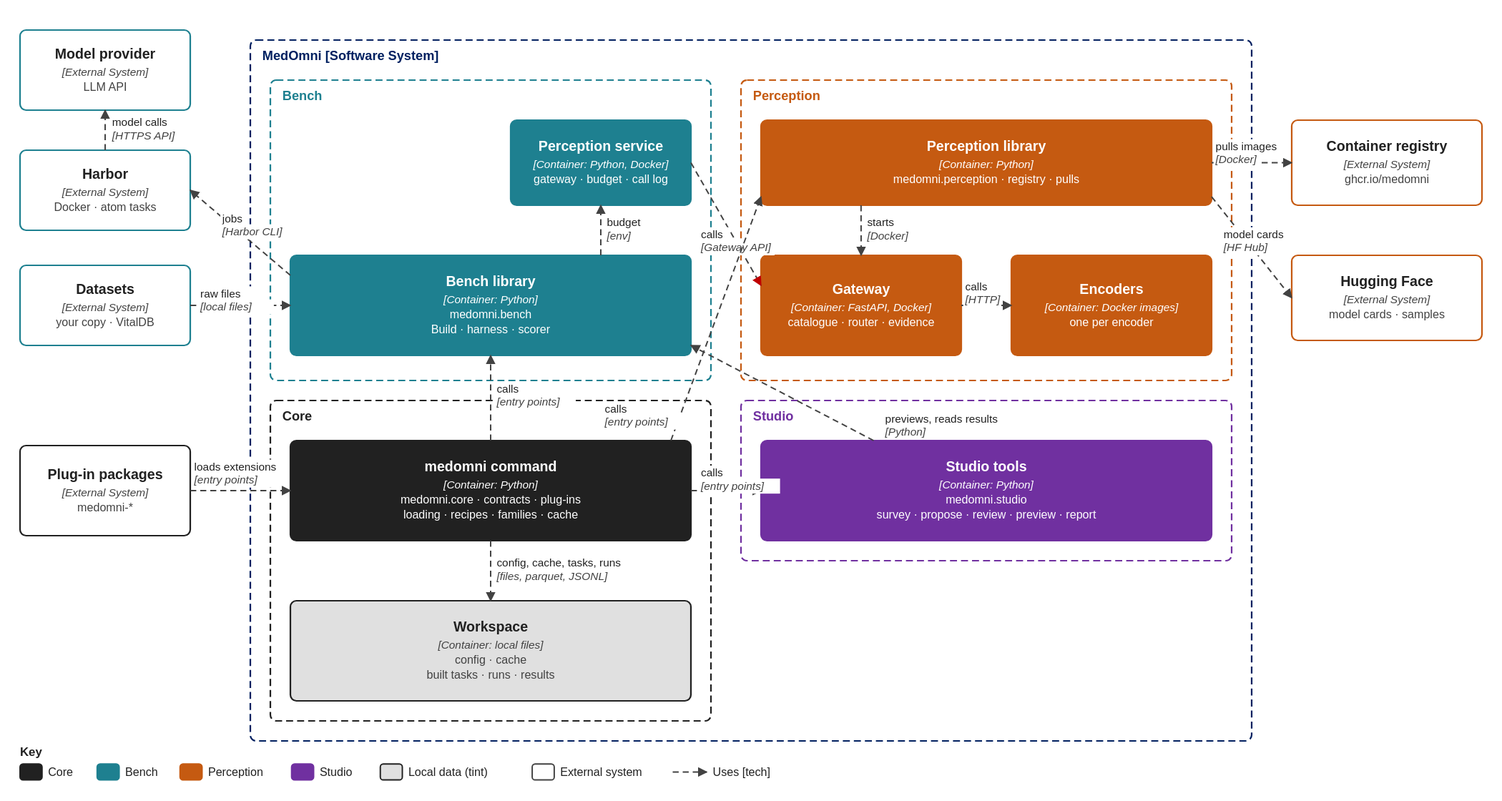
Earlier version of the draw.io export docs/assets/c2-containers.drawio.svg (medomni/MedOmni). Source tidied: cells renumbered, new cells last; positions are measured from the earlier drawing's top-left corner, leaving out a move shared by most shapes.
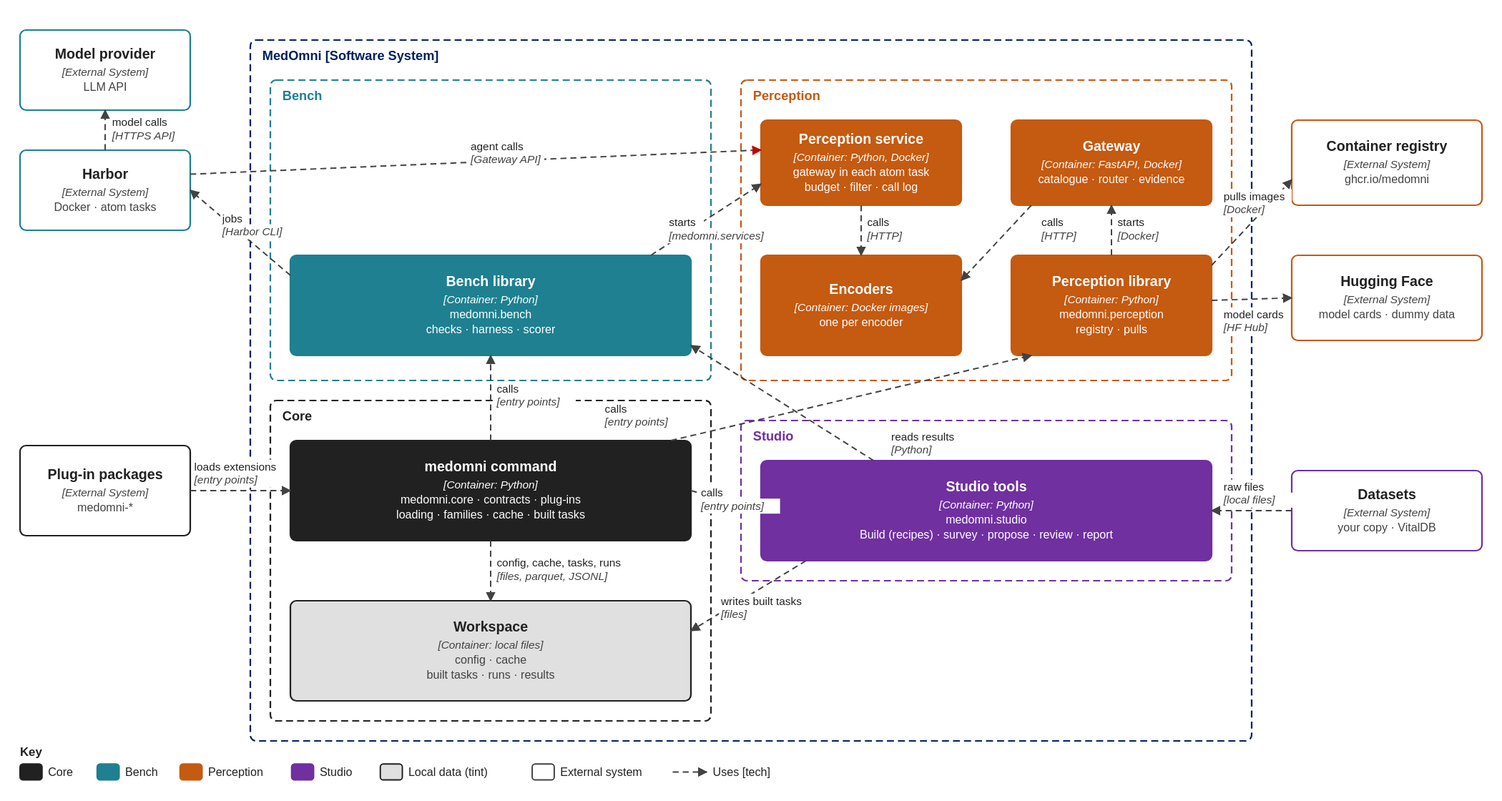
After the change.

The edit, as a diff of the source:
```diff
@@ -17,3 +17,3 @@
     <mxCell id="6" value="&lt;b&gt;Studio&lt;/b&gt;" style="rounded=1;arcSize=2;whiteSpace=wrap;html=1;fillColor=none;strokeColor=#7030A0;strokeWidth=1.6;dashed=1;dashPattern=7 4;verticalAlign=top;align=left;spacingLeft=10;fontColor=#7030A0;fontSize=13;fontFamily=Helvetica, Arial, sans-serif;" parent="1" vertex="1">
-      <mxGeometry x="720" y="370" width="490" height="160" as="geometry" />
+      <mxGeometry x="720" y="390" width="490" height="160" as="geometry" />
     </mxCell>
@@ -25,4 +25,4 @@
     </mxCell>
-    <mxCell id="9" value="&lt;b style='font-size:14px'&gt;Datasets&lt;/b&gt;&lt;br&gt;&lt;i style='font-size:11px'&gt;[External System]&lt;/i&gt;&lt;br&gt;your copy · VitalDB" style="rounded=1;arcSize=6;whiteSpace=wrap;html=1;fillColor=#FFFFFF;strokeColor=#1E8090;strokeWidth=1.6;fontColor=#212121;fontSize=11.5;fontFamily=Helvetica, Arial, sans-serif;" parent="1" vertex="1">
-      <mxGeometry y="235" width="170" height="80" as="geometry" />
+    <mxCell id="9" value="&lt;b style='font-size:14px'&gt;Datasets&lt;/b&gt;&lt;br&gt;&lt;i style='font-size:11px'&gt;[External System]&lt;/i&gt;&lt;br&gt;your copy · VitalDB" style="rounded=1;arcSize=6;whiteSpace=wrap;html=1;fillColor=#FFFFFF;strokeColor=#7030A0;strokeWidth=1.6;fontColor=#212121;fontSize=11.5;fontFamily=Helvetica, Arial, sans-serif;" parent="1" vertex="1">
+      <mxGeometry x="1270" y="440" width="190" height="80" as="geometry" />
     </mxCell>
@@ -31,18 +31,18 @@
     </mxCell>
+    <mxCell id="12" value="&lt;b style='font-size:14px'&gt;Bench library&lt;/b&gt;&lt;br&gt;&lt;i style='font-size:11px'&gt;[Container: Python]&lt;/i&gt;&lt;br&gt;medomni.bench&lt;br&gt;checks · harness · scorer" style="rounded=1;arcSize=6;whiteSpace=wrap;html=1;fillColor=#1E8090;strokeColor=#1E8090;strokeWidth=1.6;fontColor=#FFFFFF;fontSize=11.5;fontFamily=Helvetica, Arial, sans-serif;" parent="1" vertex="1">
+      <mxGeometry x="270" y="225" width="400" height="100" as="geometry" />
+    </mxCell>
-    <mxCell id="11" value="&lt;b style='font-size:14px'&gt;Perception service&lt;/b&gt;&lt;br&gt;&lt;i style='font-size:11px'&gt;[Container: Python, Docker]&lt;/i&gt;&lt;br&gt;gateway · budget · call log" style="rounded=1;arcSize=6;whiteSpace=wrap;html=1;fillColor=#1E8090;strokeColor=#1E8090;strokeWidth=1.6;fontColor=#FFFFFF;fontSize=11.5;fontFamily=Helvetica, Arial, sans-serif;" parent="1" vertex="1">
-      <mxGeometry x="490" y="90" width="180" height="85" as="geometry" />
+    <mxCell id="11" value="&lt;b style='font-size:14px'&gt;Perception service&lt;/b&gt;&lt;br&gt;&lt;i style='font-size:11px'&gt;[Container: Python, Docker]&lt;/i&gt;&lt;br&gt;gateway in each atom task&lt;br&gt;budget · filter · call log" style="rounded=1;arcSize=6;whiteSpace=wrap;html=1;fillColor=#C55A11;strokeColor=#C55A11;strokeWidth=1.6;fontColor=#FFFFFF;fontSize=11.5;fontFamily=Helvetica, Arial, sans-serif;" parent="1" vertex="1">
+      <mxGeometry x="740" y="90" width="200" height="85" as="geometry" />
     </mxCell>
-    <mxCell id="12" value="&lt;b style='font-size:14px'&gt;Bench library&lt;/b&gt;&lt;br&gt;&lt;i style='font-size:11px'&gt;[Container: Python]&lt;/i&gt;&lt;br&gt;medomni.bench&lt;br&gt;Build · harness · scorer" style="rounded=1;arcSize=6;whiteSpace=wrap;html=1;fillColor=#1E8090;strokeColor=#1E8090;strokeWidth=1.6;fontColor=#FFFFFF;fontSize=11.5;fontFamily=Helvetica, Arial, sans-serif;" parent="1" vertex="1">
-      <mxGeometry x="270" y="225" width="400" height="100" as="geometry" />
-    </mxCell>
-    <mxCell id="13" value="&lt;b style='font-size:14px'&gt;Perception library&lt;/b&gt;&lt;br&gt;&lt;i style='font-size:11px'&gt;[Container: Python]&lt;/i&gt;&lt;br&gt;medomni.perception · registry · pulls" style="rounded=1;arcSize=6;whiteSpace=wrap;html=1;fillColor=#C55A11;strokeColor=#C55A11;strokeWidth=1.6;fontColor=#FFFFFF;fontSize=11.5;fontFamily=Helvetica, Arial, sans-serif;" parent="1" vertex="1">
-      <mxGeometry x="740" y="90" width="450" height="85" as="geometry" />
+    <mxCell id="13" value="&lt;b style='font-size:14px'&gt;Perception library&lt;/b&gt;&lt;br&gt;&lt;i style='font-size:11px'&gt;[Container: Python]&lt;/i&gt;&lt;br&gt;medomni.perception&lt;br&gt;registry · pulls" style="rounded=1;arcSize=6;whiteSpace=wrap;html=1;fillColor=#C55A11;strokeColor=#C55A11;strokeWidth=1.6;fontColor=#FFFFFF;fontSize=11.5;fontFamily=Helvetica, Arial, sans-serif;" parent="1" vertex="1">
+      <mxGeometry x="990" y="225" width="200" height="100" as="geometry" />
     </mxCell>
+    <mxCell id="15" value="&lt;b style='font-size:14px'&gt;Encoders&lt;/b&gt;&lt;br&gt;&lt;i style='font-size:11px'&gt;[Container: Docker images]&lt;/i&gt;&lt;br&gt;one per encoder" style="rounded=1;arcSize=6;whiteSpace=wrap;html=1;fillColor=#C55A11;strokeColor=#C55A11;strokeWidth=1.6;fontColor=#FFFFFF;fontSize=11.5;fontFamily=Helvetica, Arial, sans-serif;" parent="1" vertex="1">
+      <mxGeometry x="740" y="225" width="200" height="100" as="geometry" />
+    </mxCell>
     <mxCell id="14" value="&lt;b style='font-size:14px'&gt;Gateway&lt;/b&gt;&lt;br&gt;&lt;i style='font-size:11px'&gt;[Container: FastAPI, Docker]&lt;/i&gt;&lt;br&gt;catalogue · router · evidence" style="rounded=1;arcSize=6;whiteSpace=wrap;html=1;fillColor=#C55A11;strokeColor=#C55A11;strokeWidth=1.6;fontColor=#FFFFFF;fontSize=11.5;fontFamily=Helvetica, Arial, sans-serif;" parent="1" vertex="1">
-      <mxGeometry x="740" y="225" width="200" height="100" as="geometry" />
+      <mxGeometry x="990" y="90" width="200" height="85" as="geometry" />
     </mxCell>
-    <mxCell id="15" value="&lt;b style='font-size:14px'&gt;Encoders&lt;/b&gt;&lt;br&gt;&lt;i style='font-size:11px'&gt;[Container: Docker images]&lt;/i&gt;&lt;br&gt;one per encoder" style="rounded=1;arcSize=6;whiteSpace=wrap;html=1;fillColor=#C55A11;strokeColor=#C55A11;strokeWidth=1.6;fontColor=#FFFFFF;fontSize=11.5;fontFamily=Helvetica, Arial, sans-serif;" parent="1" vertex="1">
-      <mxGeometry x="990" y="225" width="200" height="100" as="geometry" />
-    </mxCell>
-    <mxCell id="16" value="&lt;b style='font-size:14px'&gt;medomni command&lt;/b&gt;&lt;br&gt;&lt;i style='font-size:11px'&gt;[Container: Python]&lt;/i&gt;&lt;br&gt;medomni.core · contracts · plug-ins&lt;br&gt;loading · recipes · families · cache" style="rounded=1;arcSize=6;whiteSpace=wrap;html=1;fillColor=#212121;strokeColor=#212121;strokeWidth=1.6;fontColor=#FFFFFF;fontSize=11.5;fontFamily=Helvetica, Arial, sans-serif;" parent="1" vertex="1">
+    <mxCell id="16" value="&lt;b style='font-size:14px'&gt;medomni command&lt;/b&gt;&lt;br&gt;&lt;i style='font-size:11px'&gt;[Container: Python]&lt;/i&gt;&lt;br&gt;medomni.core · contracts · plug-ins&lt;br&gt;loading · families · cache · built tasks" style="rounded=1;arcSize=6;whiteSpace=wrap;html=1;fillColor=#212121;strokeColor=#212121;strokeWidth=1.6;fontColor=#FFFFFF;fontSize=11.5;fontFamily=Helvetica, Arial, sans-serif;" parent="1" vertex="1">
       <mxGeometry x="270" y="410" width="400" height="100" as="geometry" />
@@ -52,4 +52,4 @@
     </mxCell>
-    <mxCell id="18" value="&lt;b style='font-size:14px'&gt;Studio tools&lt;/b&gt;&lt;br&gt;&lt;i style='font-size:11px'&gt;[Container: Python]&lt;/i&gt;&lt;br&gt;medomni.studio&lt;br&gt;survey · propose · review · preview · report" style="rounded=1;arcSize=6;whiteSpace=wrap;html=1;fillColor=#7030A0;strokeColor=#7030A0;strokeWidth=1.6;fontColor=#FFFFFF;fontSize=11.5;fontFamily=Helvetica, Arial, sans-serif;" parent="1" vertex="1">
-      <mxGeometry x="740" y="410" width="450" height="100" as="geometry" />
+    <mxCell id="18" value="&lt;b style='font-size:14px'&gt;Studio tools&lt;/b&gt;&lt;br&gt;&lt;i style='font-size:11px'&gt;[Container: Python]&lt;/i&gt;&lt;br&gt;medomni.studio&lt;br&gt;Build (recipes) · survey · propose · review · report" style="rounded=1;arcSize=6;whiteSpace=wrap;html=1;fillColor=#7030A0;strokeColor=#7030A0;strokeWidth=1.6;fontColor=#FFFFFF;fontSize=11.5;fontFamily=Helvetica, Arial, sans-serif;" parent="1" vertex="1">
+      <mxGeometry x="740" y="430" width="450" height="100" as="geometry" />
     </mxCell>
@@ -58,6 +58,6 @@
     </mxCell>
-    <mxCell id="20" value="&lt;b style='font-size:14px'&gt;Hugging Face&lt;/b&gt;&lt;br&gt;&lt;i style='font-size:11px'&gt;[External System]&lt;/i&gt;&lt;br&gt;model cards · samples" style="rounded=1;arcSize=6;whiteSpace=wrap;html=1;fillColor=#FFFFFF;strokeColor=#C55A11;strokeWidth=1.6;fontColor=#212121;fontSize=11.5;fontFamily=Helvetica, Arial, sans-serif;" parent="1" vertex="1">
+    <mxCell id="20" value="&lt;b style='font-size:14px'&gt;Hugging Face&lt;/b&gt;&lt;br&gt;&lt;i style='font-size:11px'&gt;[External System]&lt;/i&gt;&lt;br&gt;model cards · dummy data" style="rounded=1;arcSize=6;whiteSpace=wrap;html=1;fillColor=#FFFFFF;strokeColor=#C55A11;strokeWidth=1.6;fontColor=#212121;fontSize=11.5;fontFamily=Helvetica, Arial, sans-serif;" parent="1" vertex="1">
       <mxGeometry x="1270" y="225" width="190" height="85" as="geometry" />
     </mxCell>
-    <mxCell id="21" value="raw files&lt;br&gt;&lt;i&gt;[local files]&lt;/i&gt;" style="html=1;rounded=0;strokeColor=#424242;strokeWidth=1.4;dashed=1;dashPattern=6 4;endArrow=block;endFill=1;fontSize=11;fontFamily=Helvetica, Arial, sans-serif;labelBackgroundColor=#FFFFFF;" parent="1" edge="1" source="9" target="12">
+    <mxCell id="21" value="raw files&lt;br&gt;&lt;i&gt;[local files]&lt;/i&gt;" style="html=1;rounded=0;strokeColor=#424242;strokeWidth=1.4;dashed=1;dashPattern=6 4;endArrow=block;endFill=1;fontSize=11;fontFamily=Helvetica, Arial, sans-serif;labelBackgroundColor=#FFFFFF;" parent="1" edge="1" source="9" target="18">
       <mxGeometry relative="1" as="geometry" />
@@ -70,38 +70,44 @@
     </mxCell>
-    <mxCell id="24" value="budget&lt;br&gt;&lt;i&gt;[env]&lt;/i&gt;" style="html=1;rounded=0;strokeColor=#424242;strokeWidth=1.4;dashed=1;dashPattern=6 4;endArrow=block;endFill=1;fontSize=11;fontFamily=Helvetica, Arial, sans-serif;labelBackgroundColor=#FFFFFF;" parent="1" edge="1" source="12" target="11">
+    <mxCell id="24" value="starts&lt;br&gt;&lt;i&gt;[medomni.services]&lt;/i&gt;" style="html=1;rounded=0;strokeColor=#424242;strokeWidth=1.4;dashed=1;dashPattern=6 4;endArrow=block;endFill=1;fontSize=11;fontFamily=Helvetica, Arial, sans-serif;labelBackgroundColor=#FFFFFF;" parent="1" edge="1" source="12" target="11">
       <mxGeometry relative="1" as="geometry" />
     </mxCell>
-    <mxCell id="25" value="calls&lt;br&gt;&lt;i&gt;[Gateway API]&lt;/i&gt;" style="html=1;rounded=0;strokeColor=#424242;strokeWidth=1.4;dashed=1;dashPattern=6 4;endArrow=block;endFill=1;fontSize=11;fontFamily=Helvetica, Arial, sans-serif;labelBackgroundColor=#FFFFFF;" parent="1" edge="1" source="11" target="14">
+    <mxCell id="25" value="agent calls&lt;br&gt;&lt;i&gt;[Gateway API]&lt;/i&gt;" style="html=1;rounded=0;strokeColor=#424242;strokeWidth=1.4;dashed=1;dashPattern=6 4;endArrow=block;endFill=1;fontSize=11;fontFamily=Helvetica, Arial, sans-serif;labelBackgroundColor=#FFFFFF;" parent="1" edge="1" source="8" target="11">
       <mxGeometry relative="1" as="geometry" />
     </mxCell>
-    <mxCell id="26" value="starts&lt;br&gt;&lt;i&gt;[Docker]&lt;/i&gt;" style="html=1;rounded=0;strokeColor=#424242;strokeWidth=1.4;dashed=1;dashPattern=6 4;endArrow=block;endFill=1;fontSize=11;fontFamily=Helvetica, Arial, sans-serif;labelBackgroundColor=#FFFFFF;" parent="1" edge="1" source="13" target="14">
+    <mxCell id="26" value="calls&lt;br&gt;&lt;i&gt;[HTTP]&lt;/i&gt;" style="html=1;rounded=0;strokeColor=#424242;strokeWidth=1.4;dashed=1;dashPattern=6 4;endArrow=block;endFill=1;fontSize=11;fontFamily=Helvetica, Arial, sans-serif;labelBackgroundColor=#FFFFFF;" parent="1" edge="1" source="11" target="15">
       <mxGeometry relative="1" as="geometry" />
     </mxCell>
-    <mxCell id="27" value="calls&lt;br&gt;&lt;i&gt;[HTTP]&lt;/i&gt;" style="html=1;rounded=0;strokeColor=#424242;strokeWidth=1.4;dashed=1;dashPattern=6 4;endArrow=block;endFill=1;fontSize=11;fontFamily=Helvetica, Arial, sans-serif;labelBackgroundColor=#FFFFFF;" parent="1" edge="1" source="14" target="15">
+    <mxCell id="27" value="starts&lt;br&gt;&lt;i&gt;[Docker]&lt;/i&gt;" style="html=1;rounded=0;strokeColor=#424242;strokeWidth=1.4;dashed=1;dashPattern=6 4;endArrow=block;endFill=1;fontSize=11;fontFamily=Helvetica, Arial, sans-serif;labelBackgroundColor=#FFFFFF;" parent="1" edge="1" source="13" target="14">
       <mxGeometry relative="1" as="geometry" />
     </mxCell>
-    <mxCell id="28" value="pulls images&lt;br&gt;&lt;i&gt;[Docker]&lt;/i&gt;" style="html=1;rounded=0;strokeColor=#424242;strokeWidth=1.4;dashed=1;dashPattern=6 4;endArrow=block;endFill=1;fontSize=11;fontFamily=Helvetica, Arial, sans-serif;labelBackgroundColor=#FFFFFF;" parent="1" edge="1" source="13" target="19">
+    <mxCell id="28" value="calls&lt;br&gt;&lt;i&gt;[HTTP]&lt;/i&gt;" style="html=1;rounded=0;strokeColor=#424242;strokeWidth=1.4;dashed=1;dashPattern=6 4;endArrow=block;endFill=1;fontSize=11;fontFamily=Helvetica, Arial, sans-serif;labelBackgroundColor=#FFFFFF;" parent="1" edge="1" source="14" target="15">
       <mxGeometry relative="1" as="geometry" />
     </mxCell>
-    <mxCell id="29" value="model cards&lt;br&gt;&lt;i&gt;[HF Hub]&lt;/i&gt;" style="html=1;rounded=0;strokeColor=#424242;strokeWidth=1.4;dashed=1;dashPattern=6 4;endArrow=block;endFill=1;fontSize=11;fontFamily=Helvetica, Arial, sans-serif;labelBackgroundColor=#FFFFFF;" parent="1" edge="1" source="13" target="20">
+    <mxCell id="29" value="pulls images&lt;br&gt;&lt;i&gt;[Docker]&lt;/i&gt;" style="html=1;rounded=0;strokeColor=#424242;strokeWidth=1.4;dashed=1;dashPattern=6 4;endArrow=block;endFill=1;fontSize=11;fontFamily=Helvetica, Arial, sans-serif;labelBackgroundColor=#FFFFFF;" parent="1" edge="1" source="13" target="19">
       <mxGeometry relative="1" as="geometry" />
     </mxCell>
-    <mxCell id="30" value="calls&lt;br&gt;&lt;i&gt;[entry points]&lt;/i&gt;" style="html=1;rounded=0;strokeColor=#424242;strokeWidth=1.4;dashed=1;dashPattern=6 4;endArrow=block;endFill=1;fontSize=11;fontFamily=Helvetica, Arial, sans-serif;labelBackgroundColor=#FFFFFF;" parent="1" edge="1" source="16" target="12">
+    <mxCell id="30" value="model cards&lt;br&gt;&lt;i&gt;[HF Hub]&lt;/i&gt;" style="html=1;rounded=0;strokeColor=#424242;strokeWidth=1.4;dashed=1;dashPattern=6 4;endArrow=block;endFill=1;fontSize=11;fontFamily=Helvetica, Arial, sans-serif;labelBackgroundColor=#FFFFFF;" parent="1" edge="1" source="13" target="20">
       <mxGeometry relative="1" as="geometry" />
     </mxCell>
-    <mxCell id="31" value="calls&lt;br&gt;&lt;i&gt;[entry points]&lt;/i&gt;" style="html=1;rounded=0;strokeColor=#424242;strokeWidth=1.4;dashed=1;dashPattern=6 4;endArrow=block;endFill=1;fontSize=11;fontFamily=Helvetica, Arial, sans-serif;labelBackgroundColor=#FFFFFF;" parent="1" edge="1" source="16" target="13">
+    <mxCell id="31" value="calls&lt;br&gt;&lt;i&gt;[entry points]&lt;/i&gt;" style="html=1;rounded=0;strokeColor=#424242;strokeWidth=1.4;dashed=1;dashPattern=6 4;endArrow=block;endFill=1;fontSize=11;fontFamily=Helvetica, Arial, sans-serif;labelBackgroundColor=#FFFFFF;" parent="1" edge="1" source="16" target="12">
       <mxGeometry relative="1" as="geometry" />
     </mxCell>
-    <mxCell id="32" value="calls&lt;br&gt;&lt;i&gt;[entry points]&lt;/i&gt;" style="html=1;rounded=0;strokeColor=#424242;strokeWidth=1.4;dashed=1;dashPattern=6 4;endArrow=block;endFill=1;fontSize=11;fontFamily=Helvetica, Arial, sans-serif;labelBackgroundColor=#FFFFFF;" parent="1" edge="1" source="16" target="18">
+    <mxCell id="32" value="calls&lt;br&gt;&lt;i&gt;[entry points]&lt;/i&gt;" style="html=1;rounded=0;strokeColor=#424242;strokeWidth=1.4;dashed=1;dashPattern=6 4;endArrow=block;endFill=1;fontSize=11;fontFamily=Helvetica, Arial, sans-serif;labelBackgroundColor=#FFFFFF;" parent="1" edge="1" source="16" target="13">
       <mxGeometry relative="1" as="geometry" />
     </mxCell>
-    <mxCell id="33" value="config, cache, tasks, runs&lt;br&gt;&lt;i&gt;[files, parquet, JSONL]&lt;/i&gt;" style="html=1;rounded=0;strokeColor=#424242;strokeWidth=1.4;dashed=1;dashPattern=6 4;endArrow=block;endFill=1;fontSize=11;fontFamily=Helvetica, Arial, sans-serif;labelBackgroundColor=#FFFFFF;" parent="1" edge="1" source="16" target="17">
+    <mxCell id="33" value="calls&lt;br&gt;&lt;i&gt;[entry points]&lt;/i&gt;" style="html=1;rounded=0;strokeColor=#424242;strokeWidth=1.4;dashed=1;dashPattern=6 4;endArrow=block;endFill=1;fontSize=11;fontFamily=Helvetica, Arial, sans-serif;labelBackgroundColor=#FFFFFF;" parent="1" edge="1" source="16" target="18">
       <mxGeometry relative="1" as="geometry" />
     </mxCell>
-    <mxCell id="34" value="previews, reads results&lt;br&gt;&lt;i&gt;[Python]&lt;/i&gt;" style="html=1;rounded=0;strokeColor=#424242;strokeWidth=1.4;dashed=1;dashPattern=6 4;endArrow=block;endFill=1;fontSize=11;fontFamily=Helvetica, Arial, sans-serif;labelBackgroundColor=#FFFFFF;" parent="1" edge="1" source="18" target="12">
+    <mxCell id="34" value="config, cache, tasks, runs&lt;br&gt;&lt;i&gt;[files, parquet, JSONL]&lt;/i&gt;" style="html=1;rounded=0;strokeColor=#424242;strokeWidth=1.4;dashed=1;dashPattern=6 4;endArrow=block;endFill=1;fontSize=11;fontFamily=Helvetica, Arial, sans-serif;labelBackgroundColor=#FFFFFF;" parent="1" edge="1" source="16" target="17">
       <mxGeometry relative="1" as="geometry" />
     </mxCell>
-    <mxCell id="35" value="loads extensions&lt;br&gt;&lt;i&gt;[entry points]&lt;/i&gt;" style="html=1;rounded=0;strokeColor=#424242;strokeWidth=1.4;dashed=1;dashPattern=6 4;endArrow=block;endFill=1;fontSize=11;fontFamily=Helvetica, Arial, sans-serif;labelBackgroundColor=#FFFFFF;" parent="1" edge="1" source="10" target="16">
+    <mxCell id="35" value="writes built tasks&lt;br&gt;&lt;i&gt;[files]&lt;/i&gt;" style="html=1;rounded=0;strokeColor=#424242;strokeWidth=1.4;dashed=1;dashPattern=6 4;endArrow=block;endFill=1;fontSize=11;fontFamily=Helvetica, Arial, sans-serif;labelBackgroundColor=#FFFFFF;" parent="1" edge="1" source="18" target="17">
       <mxGeometry relative="1" as="geometry" />
     </mxCell>
+    <mxCell id="36" value="reads results&lt;br&gt;&lt;i&gt;[Python]&lt;/i&gt;" style="html=1;rounded=0;strokeColor=#424242;strokeWidth=1.4;dashed=1;dashPattern=6 4;endArrow=block;endFill=1;fontSize=11;fontFamily=Helvetica, Arial, sans-serif;labelBackgroundColor=#FFFFFF;" parent="1" edge="1" source="18" target="12">
+      <mxGeometry relative="1" as="geometry" />
+    </mxCell>
+    <mxCell id="37" value="loads extensions&lt;br&gt;&lt;i&gt;[entry points]&lt;/i&gt;" style="html=1;rounded=0;strokeColor=#424242;strokeWidth=1.4;dashed=1;dashPattern=6 4;endArrow=block;endFill=1;fontSize=11;fontFamily=Helvetica, Arial, sans-serif;labelBackgroundColor=#FFFFFF;" parent="1" edge="1" source="10" target="16">
+      <mxGeometry relative="1" as="geometry" />
+    </mxCell>
   </root>
```
